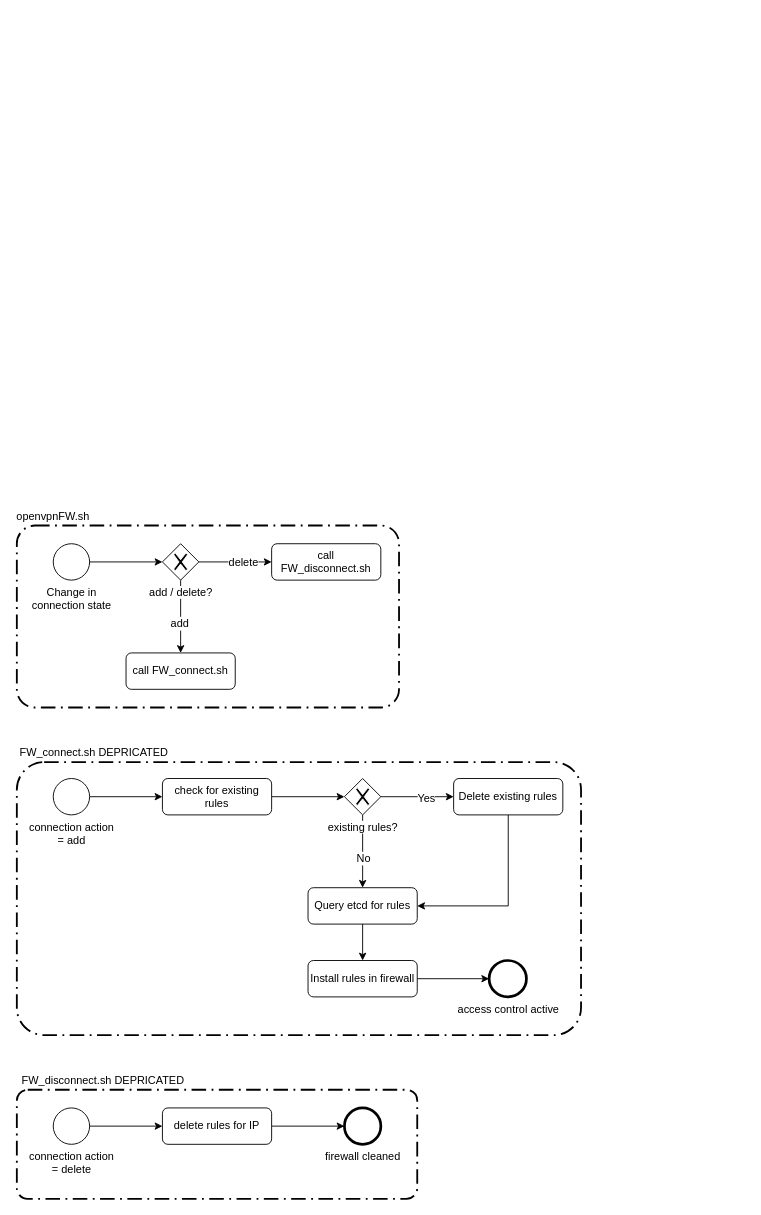
Before: page "Scripts openVPN" (3 of 6) of OVPN Flow.drawio in GlennDeSmedt/GlennDeSmedt.github.io, a draw.io diagram. Source tidied: cells renumbered, new cells numbered last; positions are measured from the earlier drawing's top-left corner, leaving out a move shared by most shapes. Both pictures are drawn from the tidied source at 91%, with x=0, y=0 at pixel (16, 507).
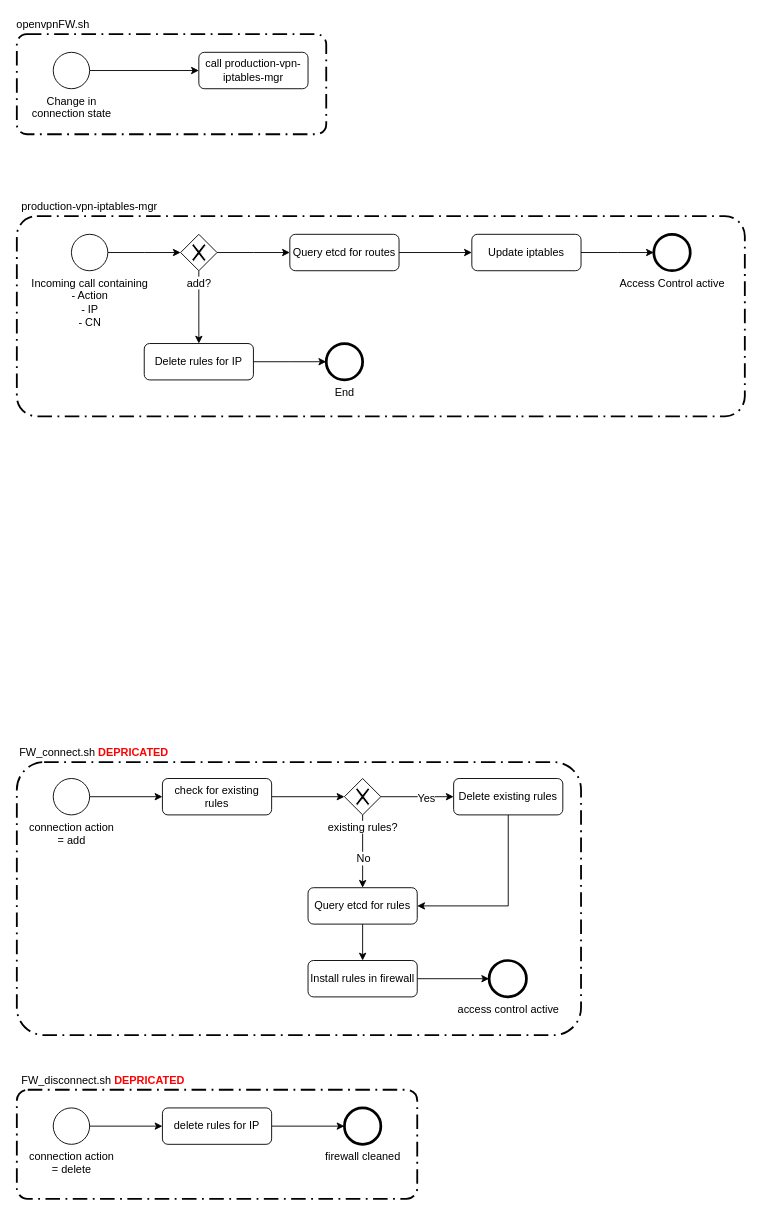
Above is the later version.

The edit, as a diff of the source:
```diff
@@
+    <mxCell id="13" style="rounded=1;arcSize=10;dashed=1;strokeColor=#000000;fillColor=none;gradientColor=none;dashPattern=8 3 1 3;strokeWidth=2;" parent="1" vertex="1">
+      <mxGeometry y="-520" width="340" height="110" as="geometry" />
+    </mxCell>
@@
-    <mxCell id="4" style="edgeStyle=orthogonalEdgeStyle;rounded=0;jettySize=auto;html=1;entryX=0;entryY=0.5;entryDx=0;entryDy=0;" parent="1" edge="1" source="5" target="10">
+    <mxCell id="4" style="edgeStyle=orthogonalEdgeStyle;rounded=0;jettySize=auto;html=1;entryX=0;entryY=0.5;entryDx=0;entryDy=0;" parent="1" edge="1" source="5" target="11">
       <mxGeometry relative="1" as="geometry" />
     </mxCell>
     <mxCell id="5" value="Change in &lt;br&gt;connection state" style="shape=mxgraph.bpmn.shape;html=1;verticalLabelPosition=bottom;labelBackgroundColor=#ffffff;verticalAlign=top;align=center;perimeter=ellipsePerimeter;outlineConnect=0;outline=standard;symbol=general;" parent="1" vertex="1">
-      <mxGeometry x="40" y="40" width="40" height="40" as="geometry" />
+      <mxGeometry x="40" y="-500" width="40" height="40" as="geometry" />
     </mxCell>
-    <mxCell id="6" style="edgeStyle=orthogonalEdgeStyle;rounded=0;jettySize=auto;html=1;" parent="1" edge="1" source="10">
-      <mxGeometry relative="1" as="geometry">
-        <mxPoint x="180" y="160" as="targetPoint" />
-      </mxGeometry>
-    </mxCell>
-    <mxCell id="7" value="add" style="text;html=1;align=center;verticalAlign=middle;labelBackgroundColor=#ffffff;" parent="6" vertex="1">
-      <mxGeometry x="0.19" y="-2" relative="1" as="geometry" />
-    </mxCell>
-    <mxCell id="8" style="edgeStyle=orthogonalEdgeStyle;rounded=0;jettySize=auto;html=1;" parent="1" edge="1" source="10">
-      <mxGeometry relative="1" as="geometry">
-        <mxPoint x="280" y="60" as="targetPoint" />
-      </mxGeometry>
-    </mxCell>
-    <mxCell id="9" value="delete" style="text;html=1;align=center;verticalAlign=middle;labelBackgroundColor=#ffffff;" parent="8" vertex="1">
-      <mxGeometry x="0.21" relative="1" as="geometry" />
-    </mxCell>
-    <mxCell id="10" value="add / delete?" style="shape=mxgraph.bpmn.shape;html=1;verticalLabelPosition=bottom;labelBackgroundColor=#ffffff;verticalAlign=top;align=center;perimeter=rhombusPerimeter;background=gateway;outlineConnect=0;outline=none;symbol=exclusiveGw;" parent="1" vertex="1">
-      <mxGeometry x="160" y="40" width="40" height="40" as="geometry" />
-    </mxCell>
-    <mxCell id="11" value="call FW_disconnect.sh&lt;br&gt;" style="shape=ext;rounded=1;html=1;whiteSpace=wrap;" parent="1" vertex="1">
-      <mxGeometry x="280" y="40" width="120" height="40" as="geometry" />
+    <mxCell id="11" value="call production-vpn-iptables-mgr&lt;br&gt;" style="shape=ext;rounded=1;html=1;whiteSpace=wrap;" parent="1" vertex="1">
+      <mxGeometry x="200" y="-500" width="120" height="40" as="geometry" />
     </mxCell>
-    <mxCell id="12" value="call FW_connect.sh&lt;br&gt;" style="shape=ext;rounded=1;html=1;whiteSpace=wrap;" parent="1" vertex="1">
-      <mxGeometry x="120" y="160" width="120" height="40" as="geometry" />
-    </mxCell>
-    <mxCell id="13" style="rounded=1;arcSize=10;dashed=1;strokeColor=#000000;fillColor=none;gradientColor=none;dashPattern=8 3 1 3;strokeWidth=2;" parent="1" vertex="1">
-      <mxGeometry y="20" width="420" height="200" as="geometry" />
-    </mxCell>
     <mxCell id="14" value="openvpnFW.sh" style="text;html=1;strokeColor=none;fillColor=none;align=center;verticalAlign=middle;whiteSpace=wrap;rounded=0;" parent="1" vertex="1">
-      <mxGeometry width="80" height="20" as="geometry" />
+      <mxGeometry y="-540" width="80" height="20" as="geometry" />
     </mxCell>
-    <mxCell id="15" value="FW_connect.sh DEPRICATED" style="text;html=1;strokeColor=none;fillColor=none;align=center;verticalAlign=middle;whiteSpace=wrap;rounded=0;" parent="1" vertex="1">
+    <mxCell id="15" value="FW_connect.sh &lt;b&gt;&lt;font color=&quot;#ff0000&quot;&gt;DEPRICATED&lt;/font&gt;&lt;/b&gt;" style="text;html=1;strokeColor=none;fillColor=none;align=center;verticalAlign=middle;whiteSpace=wrap;rounded=0;" parent="1" vertex="1">
       <mxGeometry y="260" width="170" height="20" as="geometry" />
     </mxCell>
@@
-    <mxCell id="32" value="FW_disconnect.sh DEPRICATED" style="text;html=1;strokeColor=none;fillColor=none;align=center;verticalAlign=middle;whiteSpace=wrap;rounded=0;" parent="1" vertex="1">
+    <mxCell id="32" value="FW_disconnect.sh &lt;b&gt;&lt;font color=&quot;#ff0000&quot;&gt;DEPRICATED&lt;/font&gt;&lt;/b&gt;" style="text;html=1;strokeColor=none;fillColor=none;align=center;verticalAlign=middle;whiteSpace=wrap;rounded=0;" parent="1" vertex="1">
       <mxGeometry y="620" width="190" height="20" as="geometry" />
     </mxCell>
@@
+    <mxCell id="38" style="edgeStyle=orthogonalEdgeStyle;rounded=0;jettySize=auto;html=1;entryX=0;entryY=0.5;entryDx=0;entryDy=0;" parent="1" edge="1" source="39">
+      <mxGeometry relative="1" as="geometry">
+        <mxPoint x="180" y="-280" as="targetPoint" />
+      </mxGeometry>
+    </mxCell>
+    <mxCell id="39" value="Incoming call containing&lt;br&gt;- Action&lt;br&gt;- IP&lt;br&gt;- CN&lt;br&gt;" style="shape=mxgraph.bpmn.shape;html=1;verticalLabelPosition=bottom;labelBackgroundColor=#ffffff;verticalAlign=top;align=center;perimeter=ellipsePerimeter;outlineConnect=0;outline=standard;symbol=general;" parent="1" vertex="1">
+      <mxGeometry x="60" y="-300" width="40" height="40" as="geometry" />
+    </mxCell>
+    <mxCell id="40" style="edgeStyle=orthogonalEdgeStyle;rounded=0;jettySize=auto;html=1;" parent="1" edge="1" source="42">
+      <mxGeometry relative="1" as="geometry">
+        <mxPoint x="300" y="-280" as="targetPoint" />
+      </mxGeometry>
+    </mxCell>
+    <mxCell id="41" style="edgeStyle=orthogonalEdgeStyle;rounded=0;jettySize=auto;html=1;" parent="1" edge="1" source="42" target="46">
+      <mxGeometry relative="1" as="geometry" />
+    </mxCell>
+    <mxCell id="42" value="add?" style="shape=mxgraph.bpmn.shape;html=1;verticalLabelPosition=bottom;labelBackgroundColor=#ffffff;verticalAlign=top;align=center;perimeter=rhombusPerimeter;background=gateway;outlineConnect=0;outline=none;symbol=exclusiveGw;" parent="1" vertex="1">
+      <mxGeometry x="180" y="-300" width="40" height="40" as="geometry" />
+    </mxCell>
+    <mxCell id="43" style="edgeStyle=orthogonalEdgeStyle;rounded=0;jettySize=auto;html=1;" parent="1" edge="1" source="44" target="49">
+      <mxGeometry relative="1" as="geometry" />
+    </mxCell>
+    <mxCell id="44" value="Query etcd for routes&lt;br&gt;" style="shape=ext;rounded=1;html=1;whiteSpace=wrap;" parent="1" vertex="1">
+      <mxGeometry x="300" y="-300" width="120" height="40" as="geometry" />
+    </mxCell>
+    <mxCell id="45" style="edgeStyle=orthogonalEdgeStyle;rounded=0;jettySize=auto;html=1;" parent="1" edge="1" source="46">
+      <mxGeometry relative="1" as="geometry">
+        <mxPoint x="340" y="-160" as="targetPoint" />
+      </mxGeometry>
+    </mxCell>
+    <mxCell id="46" value="Delete rules for IP&lt;br&gt;" style="shape=ext;rounded=1;html=1;whiteSpace=wrap;" parent="1" vertex="1">
+      <mxGeometry x="140" y="-180" width="120" height="40" as="geometry" />
+    </mxCell>
+    <mxCell id="47" value="End" style="shape=mxgraph.bpmn.shape;html=1;verticalLabelPosition=bottom;labelBackgroundColor=#ffffff;verticalAlign=top;align=center;perimeter=ellipsePerimeter;outline=end;symbol=general;" parent="1" vertex="1">
+      <mxGeometry x="340" y="-180" width="40" height="40" as="geometry" />
+    </mxCell>
+    <mxCell id="48" style="edgeStyle=orthogonalEdgeStyle;rounded=0;jettySize=auto;html=1;" parent="1" edge="1" source="49">
+      <mxGeometry relative="1" as="geometry">
+        <mxPoint x="700" y="-280" as="targetPoint" />
+      </mxGeometry>
+    </mxCell>
+    <mxCell id="49" value="Update iptables&lt;br&gt;" style="shape=ext;rounded=1;html=1;whiteSpace=wrap;" parent="1" vertex="1">
+      <mxGeometry x="500" y="-300" width="120" height="40" as="geometry" />
+    </mxCell>
+    <mxCell id="50" value="Access Control active" style="shape=mxgraph.bpmn.shape;html=1;verticalLabelPosition=bottom;labelBackgroundColor=#ffffff;verticalAlign=top;align=center;perimeter=ellipsePerimeter;outline=end;symbol=general;" parent="1" vertex="1">
+      <mxGeometry x="700" y="-300" width="40" height="40" as="geometry" />
+    </mxCell>
+    <mxCell id="51" style="rounded=1;arcSize=10;dashed=1;strokeColor=#000000;fillColor=none;gradientColor=none;dashPattern=8 3 1 3;strokeWidth=2;" parent="1" vertex="1">
+      <mxGeometry y="-320" width="800" height="220" as="geometry" />
+    </mxCell>
+    <mxCell id="52" value="production-vpn-iptables-mgr" style="text;html=1;strokeColor=none;fillColor=none;align=center;verticalAlign=middle;whiteSpace=wrap;rounded=0;" parent="1" vertex="1">
+      <mxGeometry y="-340" width="160" height="20" as="geometry" />
+    </mxCell>
```
